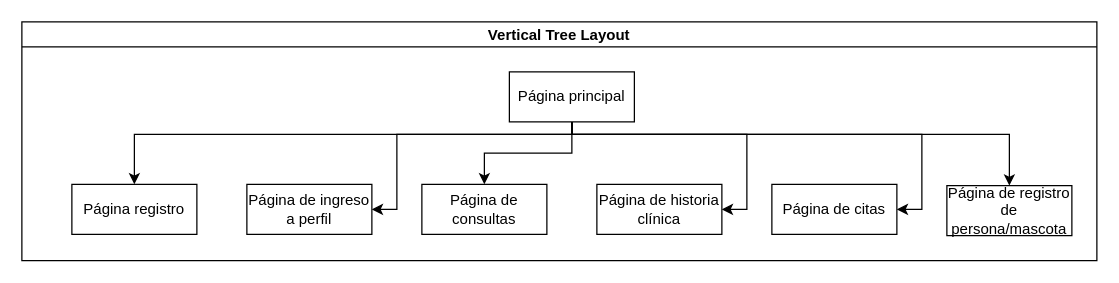
Earlier version of the draw.io diagram page "Historias de usuario" (5 of 5) of Diagramas.drawio (juandabi/teleVeterinaria). Source tidied: cells renumbered, new cells numbered last; positions are measured from the earlier drawing's top-left corner, leaving out a move shared by most shapes. Both pictures are drawn from the tidied source at 125%, with x=0, y=0 at pixel (21, 21).
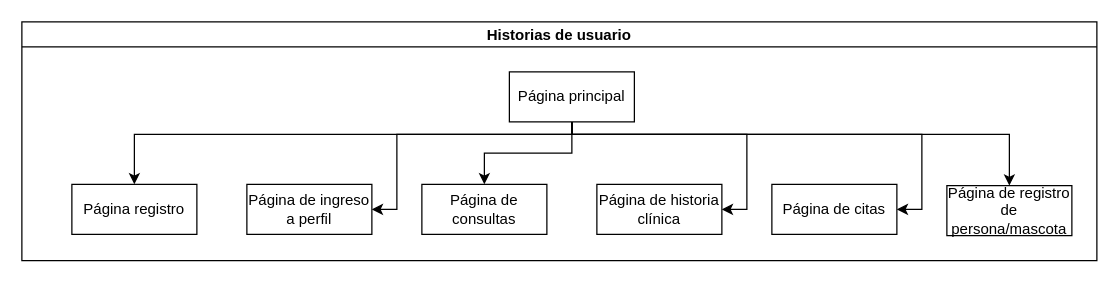
After the change.

Diff of the diagram source:
```diff
@@
-    <mxCell id="2" value="Vertical Tree Layout" style="swimlane;startSize=20;horizontal=1;horizontalTree=0;containerType=tree;" parent="1" vertex="1">
+    <mxCell id="2" value="Historias de usuario" style="swimlane;startSize=20;horizontal=1;horizontalTree=0;containerType=tree;" parent="1" vertex="1">
       <mxGeometry width="860" height="191" as="geometry" />
     </mxCell>
```
